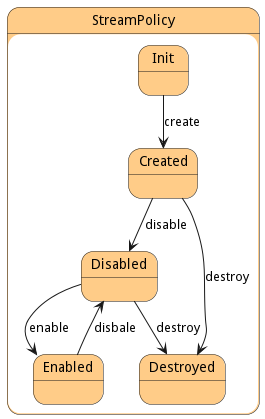
The PlantUML diagram docs/sabr/diml/dsm/models/streampolicy/statenet.png in madajaju/sabr, before a commit. Its diagram source:
```plantuml
@startuml



state StreamPolicy #ffcc88 {

    state Init #ffcc88 {
    }

    state Created #ffcc88 {
    }

    state Disabled #ffcc88 {
    }

    state Enabled #ffcc88 {
    }

    state Destroyed #ffcc88 {
    }

}


Init --> Created : create

Created --> Disabled : disable

Created --> Destroyed : destroy

Disabled --> Enabled : enable

Disabled --> Destroyed : destroy

Enabled --> Disabled : disbale




@enduml
```
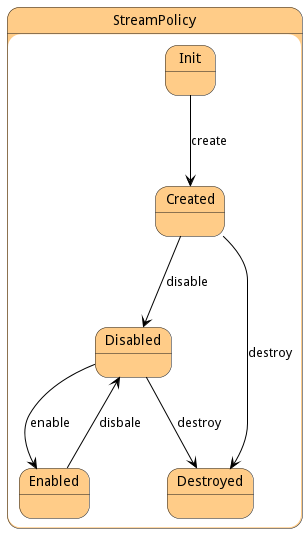
After the commit.

What changed in the source:
```diff
@@ -19,22 +19,22 @@
     state Destroyed #ffcc88 {
     }
 
+
+
+
+Init -[#black]--> Created : create
+
+Created -[#black]--> Disabled : disable
+
+Created -[#black]--> Destroyed : destroy
+
+Disabled -[#black]--> Enabled : enable
+
+Disabled -[#black]--> Destroyed : destroy
+
+Enabled -[#black]--> Disabled : disbale
+
 }
 
 
-Init --> Created : create
-
-Created --> Disabled : disable
-
-Created --> Destroyed : destroy
-
-Disabled --> Enabled : enable
-
-Disabled --> Destroyed : destroy
-
-Enabled --> Disabled : disbale
-
-
-
-
 @enduml
```
